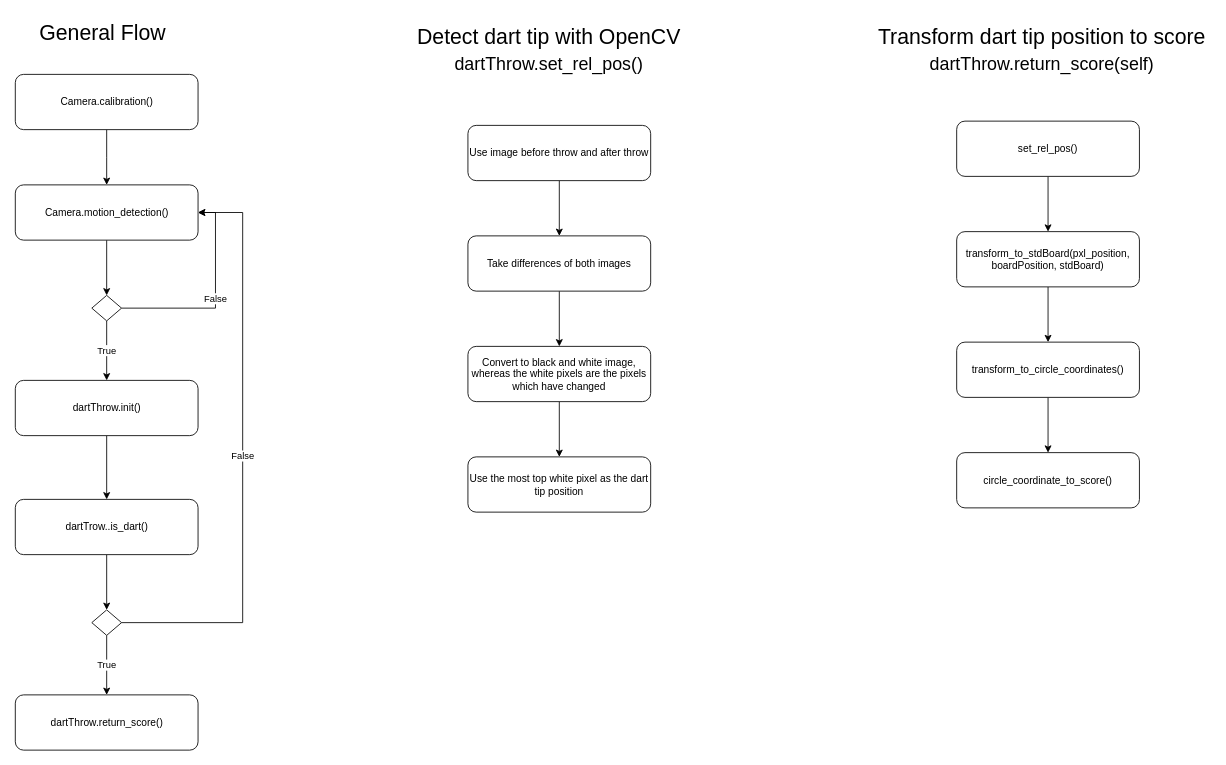
This is page "Flow diagrams (UML)" (1 of 2) of dart_project.drawio from j0j0i996/dart-vader-detection, a draw.io file, before an edit. Source tidied: cells renumbered, new cells numbered last; positions are measured from the earlier drawing's top-left corner, leaving out a move shared by most shapes. Both pictures are drawn from the tidied source at 85%, with x=0, y=0 at pixel (14, 14).
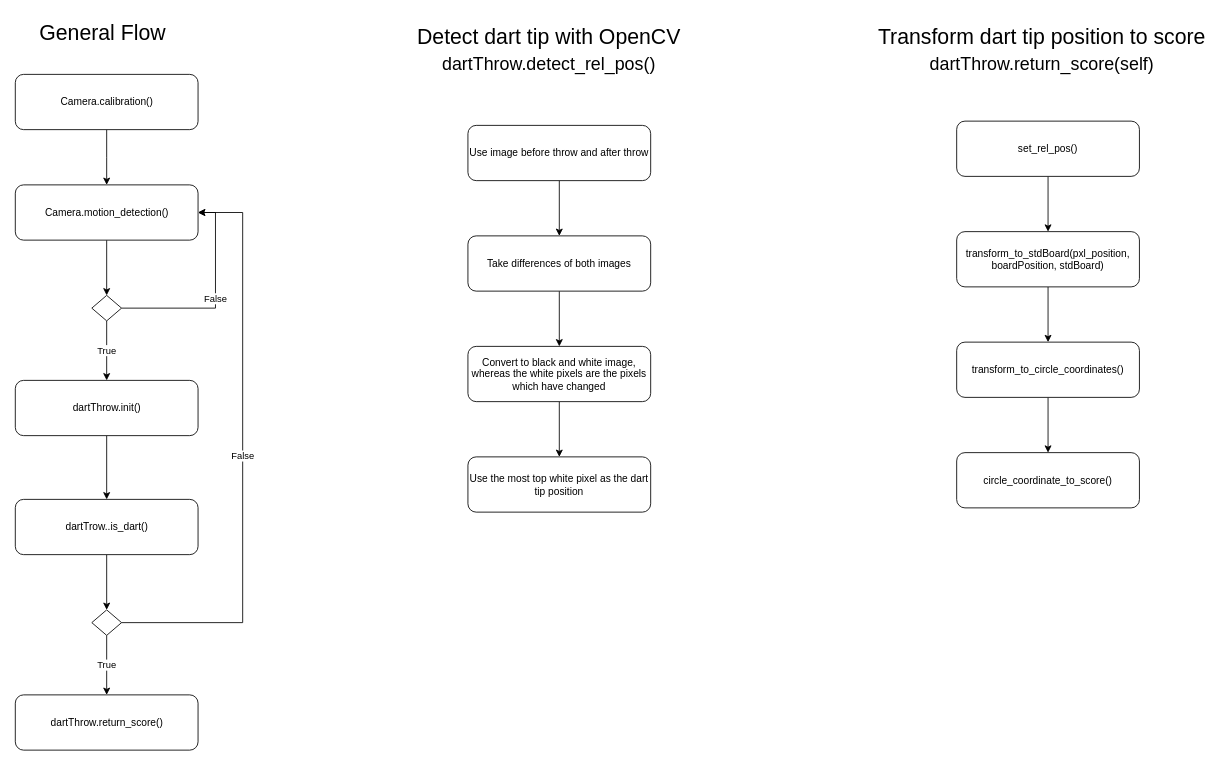
The same page after the edit.

What changed in the source:
```diff
@@
-    <mxCell id="26" value="Detect dart tip with OpenCV&lt;font style=&quot;font-size: 21px&quot;&gt;&lt;br&gt;dartThrow.set_rel_pos()&lt;/font&gt;" style="text;html=1;align=center;verticalAlign=middle;strokeWidth=1;fontSize=25;" parent="1" vertex="1">
+    <mxCell id="26" value="Detect dart tip with OpenCV&lt;font style=&quot;font-size: 21px&quot;&gt;&lt;br&gt;dartThrow.detect_rel_pos()&lt;/font&gt;" style="text;html=1;align=center;verticalAlign=middle;strokeWidth=1;fontSize=25;" parent="1" vertex="1">
       <mxGeometry x="463" y="5" width="330" height="70" as="geometry" />
     </mxCell>
```
